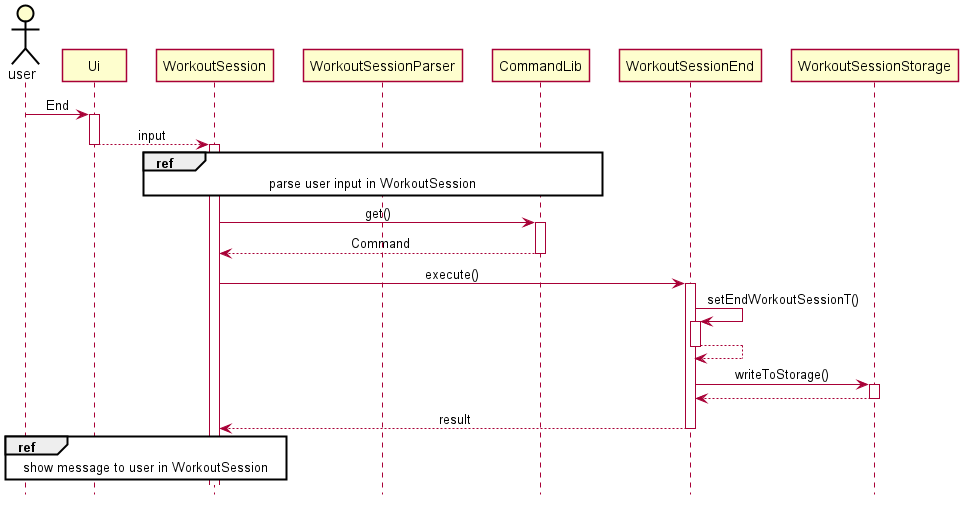
Earlier version of the PlantUML export docs/pictures/jinyang/WorkoutSessionEnd.png (zsk612/tp).
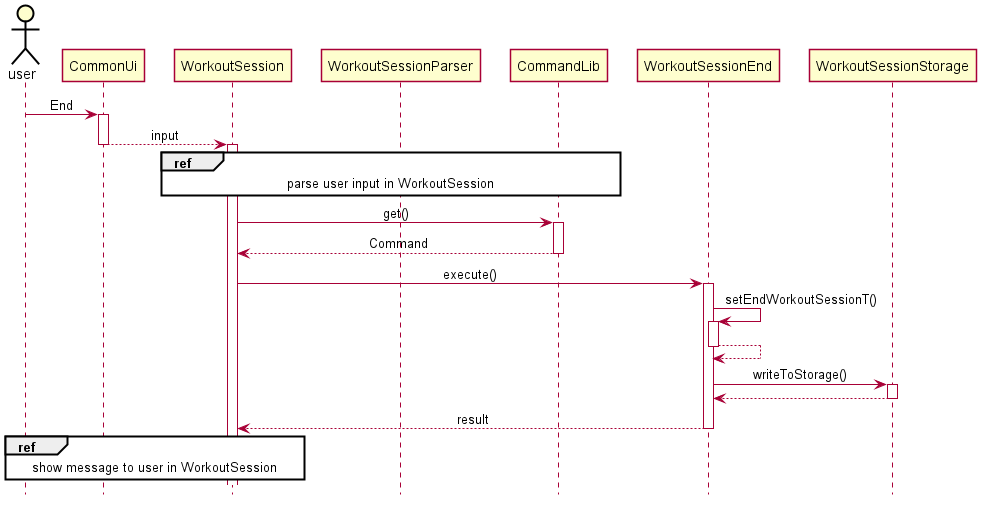
The same file after the commit.

Change to the diagram source:
```diff
@@ -5,9 +5,9 @@
 
 
 skinparam Class {
-    FontColor #FFFFFF
+    FontColor #000000
     BorderThickness 1
-    BorderColor #FFFFFF
+    BorderColor #000000
     StereotypeFontColor #FFFFFF
     FontName Arial
 }
@@ -42,8 +42,8 @@
 hide circle
 
 actor user
-user -> Ui++ : End
-Ui --> WorkoutSession -- : input
+user -> CommonUi++ : End
+CommonUi --> WorkoutSession -- : input
 
 activate WorkoutSession
 
@@ -68,5 +68,5 @@
 WorkoutSessionEnd --> WorkoutSession : result
 deactivate WorkoutSessionEnd
 
-ref over WorkoutSession, Ui, user: show message to user in WorkoutSession
+ref over WorkoutSession, CommonUi, user: show message to user in WorkoutSession
 @enduml
```
